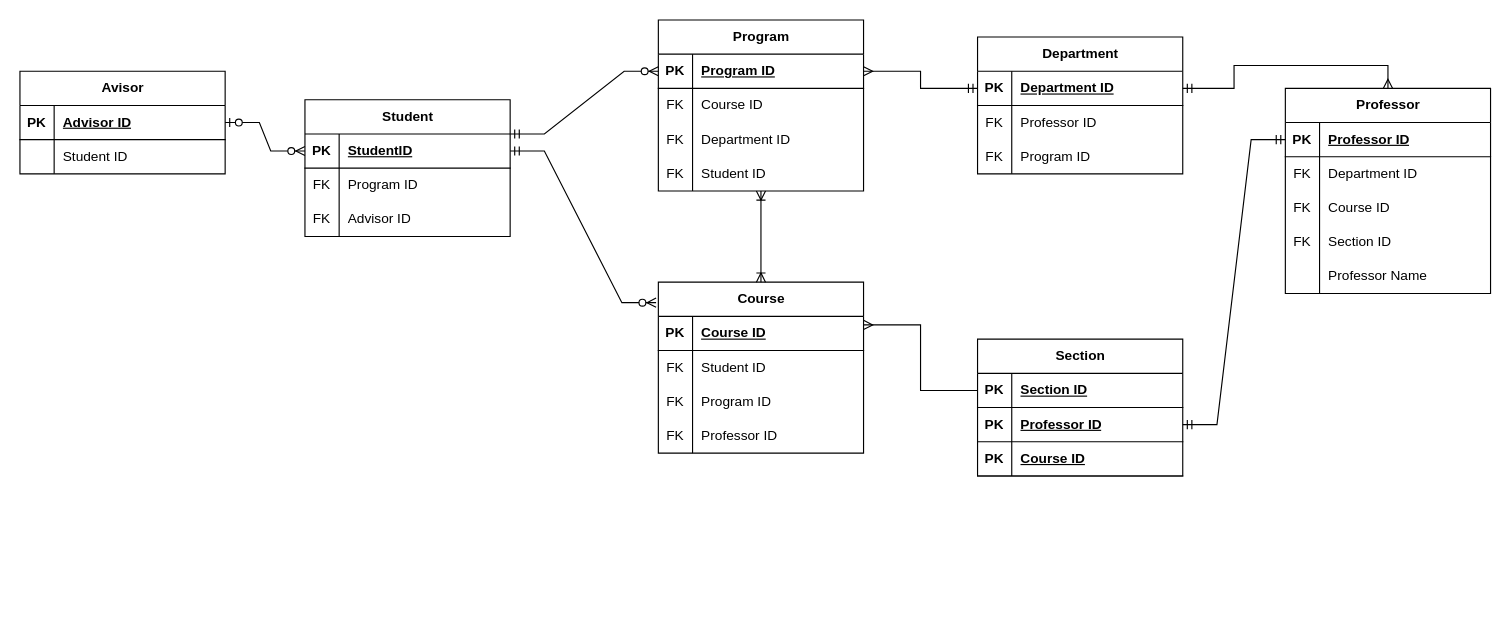
Before: Lab07.drawio in Treliuz/DBS, a draw.io diagram. Source tidied: cells renumbered, new cells numbered last; positions are measured from the earlier drawing's top-left corner, leaving out a move shared by most shapes. Both pictures are drawn from the tidied source at 114%, with x=0, y=0 at pixel (19, 19).
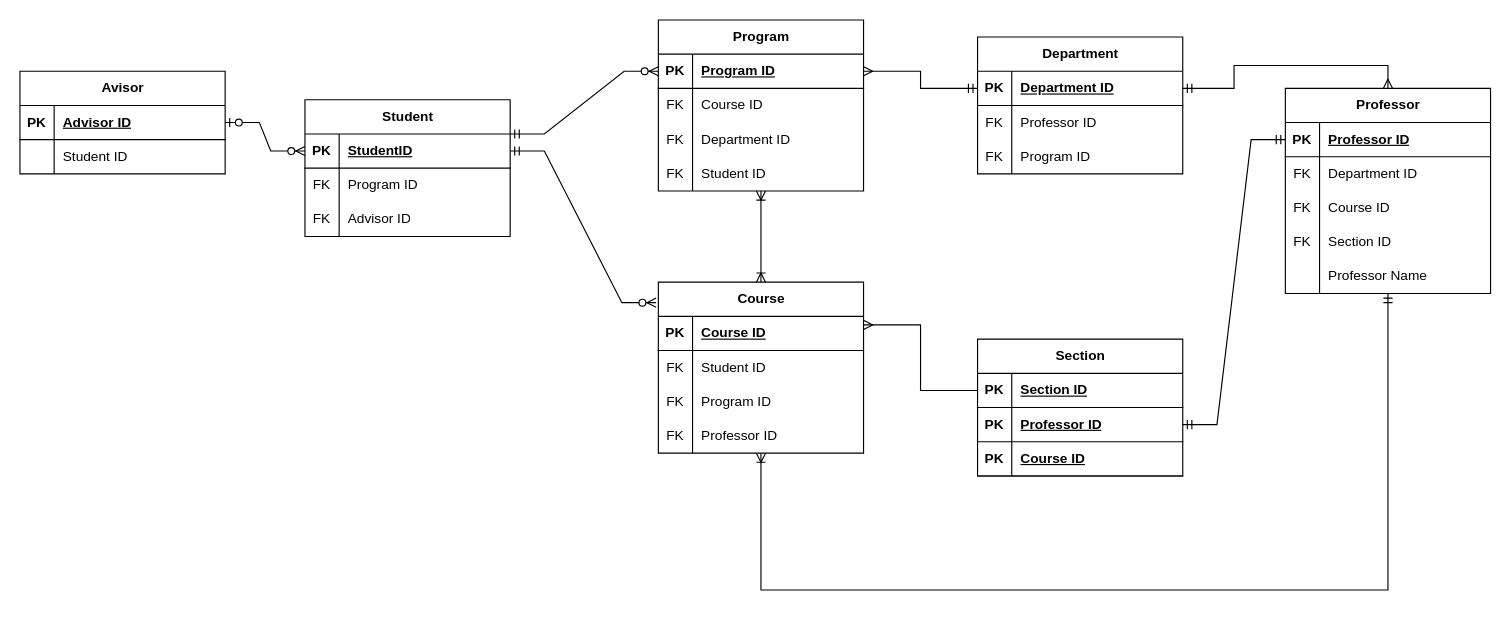
The same diagram, later.

Unchanged cells that the change refers to:
```xml
<mxCell id="20" value="Course" style="shape=table;startSize=30;childLayout=tableLayout;rowLines=0;fontStyle=1;align=center;html=1;" parent="1" vertex="1">
  <mxGeometry x="560" y="230" width="180" height="150" as="geometry" />
</mxCell>
<mxCell id="57" value="Professor" style="shape=table;startSize=30;childLayout=tableLayout;rowLines=0;fontStyle=1;align=center;html=1;" parent="1" vertex="1">
  <mxGeometry x="1110" y="60" width="180" height="180" as="geometry" />
</mxCell>
```

What changed in the source:
```diff
@@
+    <mxCell id="89" style="edgeStyle=orthogonalEdgeStyle;rounded=0;jettySize=auto;html=1;exitX=0.5;exitY=1;exitDx=0;exitDy=0;entryX=0.5;entryY=1;entryDx=0;entryDy=0;endArrow=ERmandOne;endFill=0;startArrow=ERoneToMany;startFill=0;" parent="1" edge="1" source="20" target="57">
+      <mxGeometry relative="1" as="geometry">
+        <Array as="points">
+          <mxPoint x="650" y="500" />
+          <mxPoint x="1200" y="500" />
+        </Array>
+      </mxGeometry>
+    </mxCell>
```
